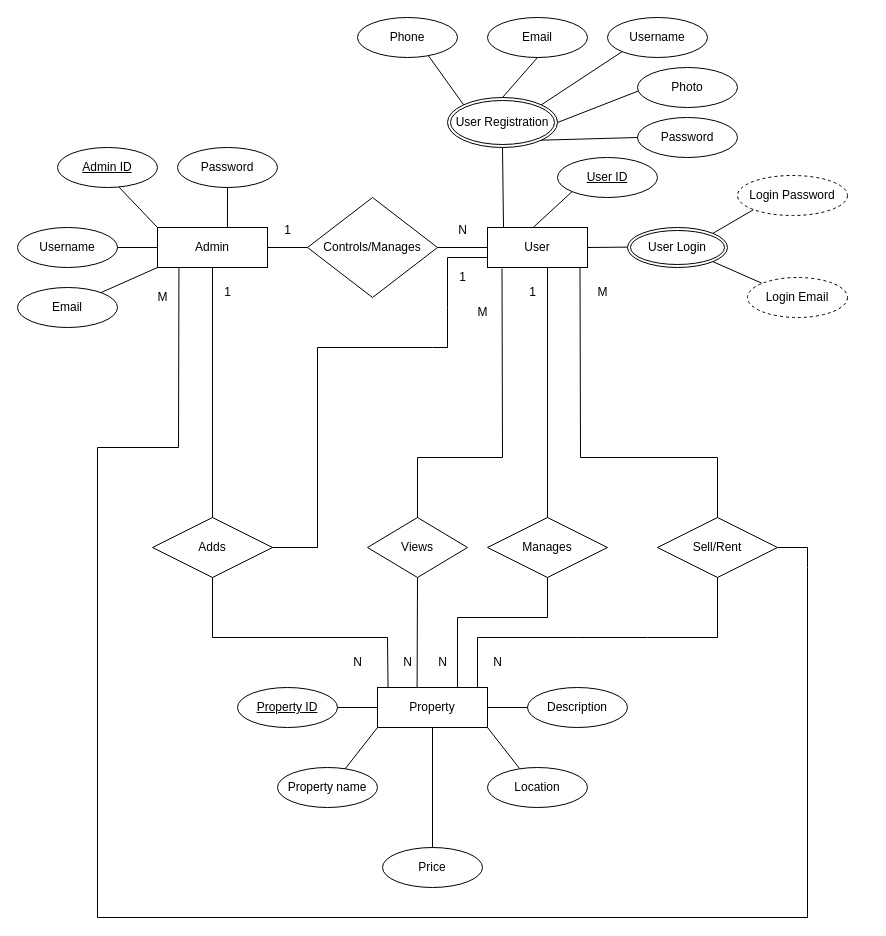
The draw.io diagram Untitled Diagram.drawio in stormraider2059/csit-2077-photos, before the edit. Source tidied: cells renumbered, new cells numbered last; positions are measured from the earlier drawing's top-left corner, leaving out a move shared by most shapes. Both pictures are drawn from the tidied source at 100%, with x=0, y=0 at pixel (17, 17).
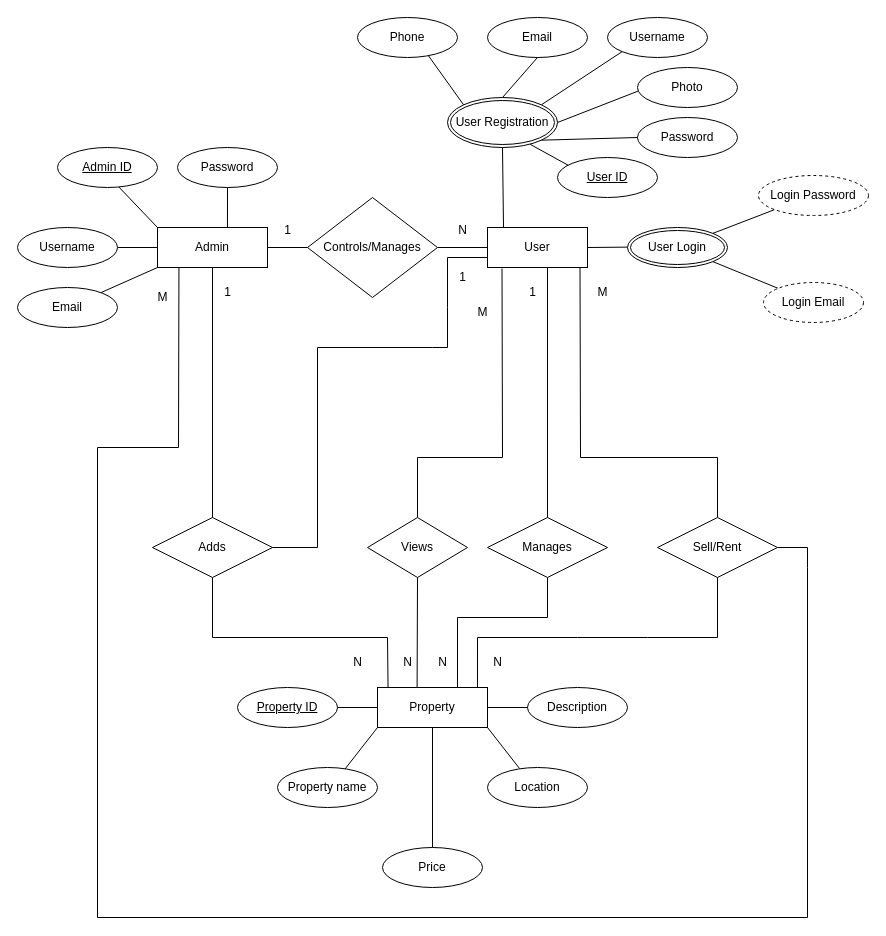
The same diagram, later.

Unchanged cells that the change refers to:
```xml
<mxCell id="2" value="User" style="whiteSpace=wrap;html=1;align=center;" parent="1" vertex="1">
  <mxGeometry x="470" y="210" width="100" height="40" as="geometry" />
</mxCell>
<mxCell id="18" value="User Registration" style="ellipse;shape=doubleEllipse;margin=3;whiteSpace=wrap;html=1;align=center;" parent="1" vertex="1">
  <mxGeometry x="430" y="80" width="110" height="50" as="geometry" />
</mxCell>
<mxCell id="26" value="&lt;u&gt;User ID&lt;/u&gt;" style="ellipse;whiteSpace=wrap;html=1;align=center;" parent="1" vertex="1">
  <mxGeometry x="540" y="140" width="100" height="40" as="geometry" />
</mxCell>
```

Change to the diagram source:
```diff
@@
-    <mxCell id="31" style="endArrow=none;html=1;rounded=0;exitX=0;exitY=1;exitDx=0;exitDy=0;entryX=0.458;entryY=-0.004;entryDx=0;entryDy=0;entryPerimeter=0;" parent="1" edge="1" source="26" target="2">
+    <mxCell id="31" style="endArrow=none;html=1;rounded=0;entryX=0.752;entryY=0.937;entryDx=0;entryDy=0;entryPerimeter=0;exitX=0.106;exitY=0.193;exitDx=0;exitDy=0;exitPerimeter=0;" parent="1" edge="1" source="26" target="18">
       <mxGeometry relative="1" as="geometry" />
     </mxCell>
@@
     <mxCell id="63" value="Login Password" style="ellipse;whiteSpace=wrap;html=1;align=center;dashed=1;" parent="1" vertex="1">
-      <mxGeometry x="720" y="158" width="110" height="40" as="geometry" />
+      <mxGeometry x="741" y="158" width="110" height="40" as="geometry" />
     </mxCell>
     <mxCell id="64" value="Login Email" style="ellipse;whiteSpace=wrap;html=1;align=center;dashed=1;" parent="1" vertex="1">
-      <mxGeometry x="730" y="260" width="100" height="40" as="geometry" />
+      <mxGeometry x="746" y="265" width="100" height="40" as="geometry" />
     </mxCell>
```
